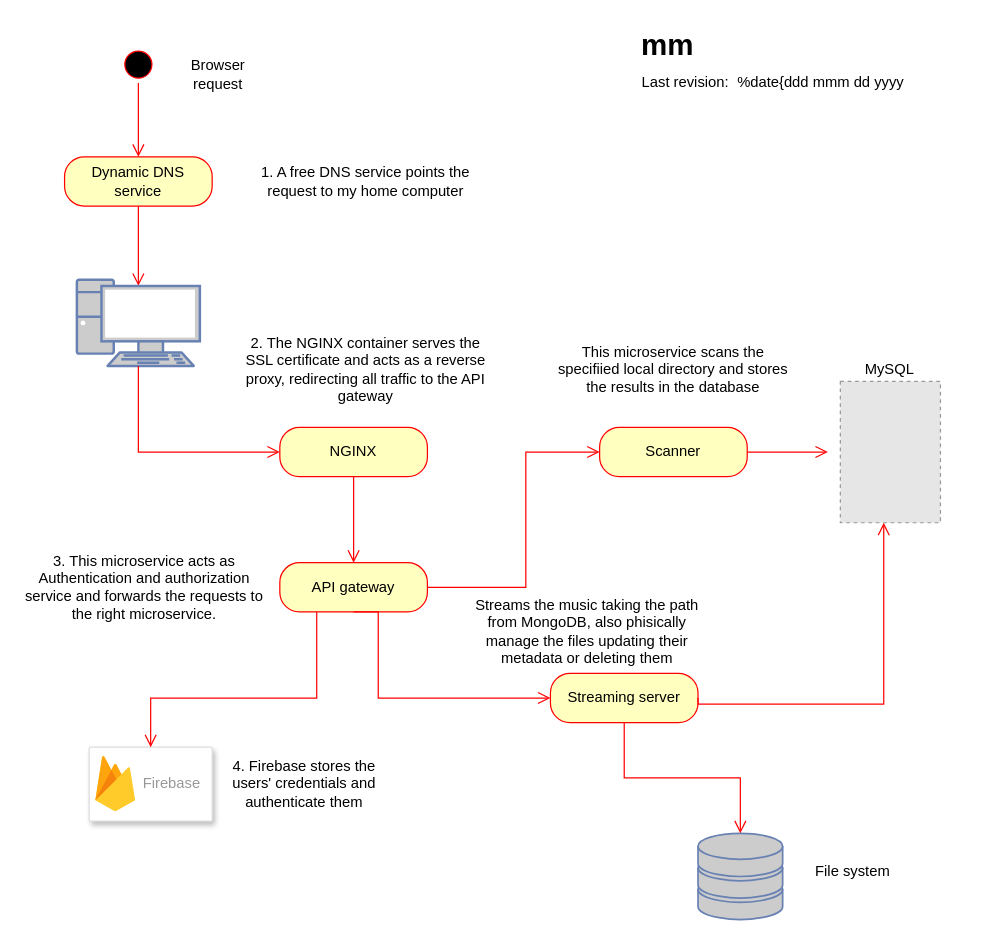
chrisvoo/mm keeps this draw.io diagram as mm.drawio. Above is the earlier version. Source tidied: cells renumbered, new cells numbered last; positions are measured from the earlier drawing's top-left corner, leaving out a move shared by most shapes. Both pictures are drawn from the tidied source at 123%, with x=0, y=0 at pixel (21, 21). Pictures stored in the file or linked from it are replaced by grey dashed boxes.
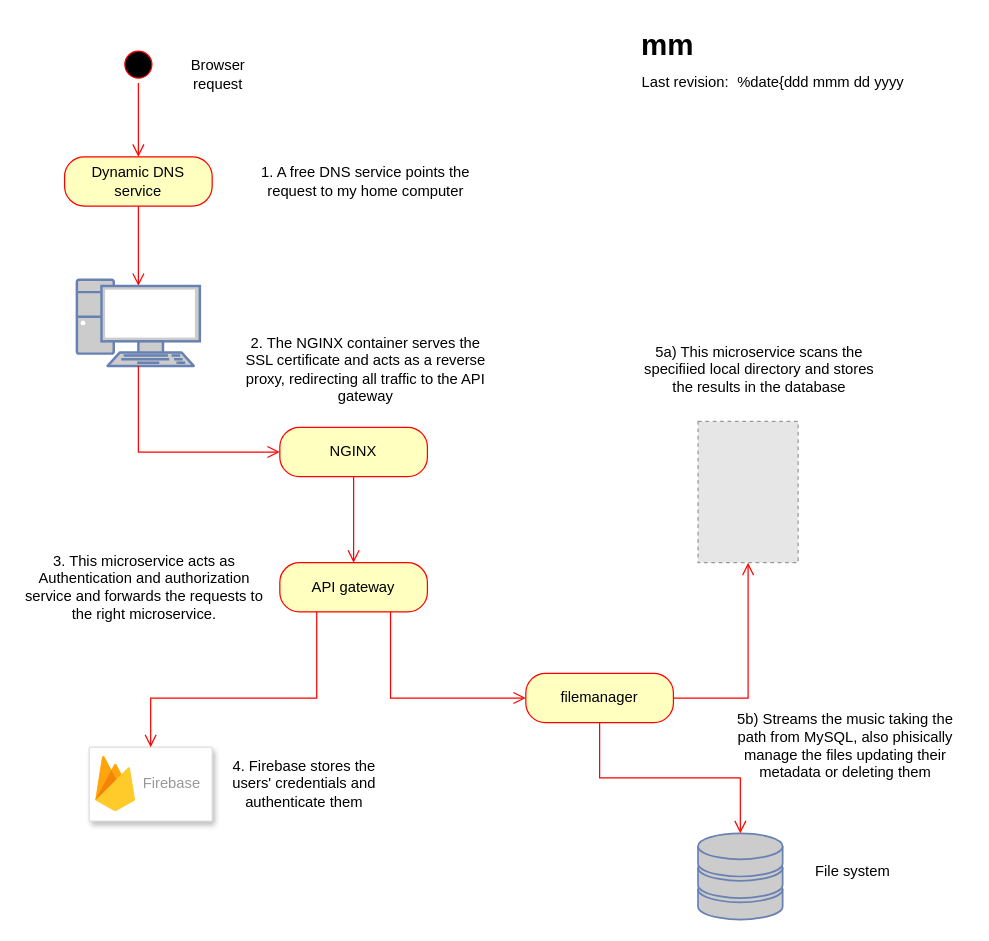
After the change.

Commit message (it also covers changes not shown here):
README updated (inotify) and diagram modified

The change refers to these unchanged cells:
```xml
<mxCell id="16" value="API gateway" style="rounded=1;whiteSpace=wrap;html=1;arcSize=40;fontColor=#000000;fillColor=#ffffc0;strokeColor=#ff0000;" parent="1" vertex="1">
  <mxGeometry x="210" y="440" width="120" height="40" as="geometry" />
</mxCell>
<mxCell id="26" style="fontColor=#0066CC;verticalAlign=top;verticalLabelPosition=bottom;labelPosition=center;align=center;html=1;outlineConnect=0;fillColor=#CCCCCC;strokeColor=#6881B3;gradientColor=none;gradientDirection=north;strokeWidth=2;shape=mxgraph.networks.storage;" parent="1" vertex="1">
  <mxGeometry x="550" y="660" width="68.8" height="70" as="geometry" />
</mxCell>
```

What changed in the source:
```diff
@@
-    <mxCell id="18" value="Scanner" style="rounded=1;whiteSpace=wrap;html=1;arcSize=40;fontColor=#000000;fillColor=#ffffc0;strokeColor=#ff0000;" parent="1" vertex="1">
-      <mxGeometry x="470" y="330" width="120" height="40" as="geometry" />
+    <mxCell id="18" value="filemanager" style="rounded=1;whiteSpace=wrap;html=1;arcSize=40;fontColor=#000000;fillColor=#ffffc0;strokeColor=#ff0000;" parent="1" vertex="1">
+      <mxGeometry x="410" y="530" width="120" height="40" as="geometry" />
     </mxCell>
-    <mxCell id="19" style="edgeStyle=orthogonalEdgeStyle;html=1;verticalAlign=bottom;endArrow=open;endSize=8;strokeColor=#ff0000;rounded=0;entryX=0;entryY=0.5;entryDx=0;entryDy=0;exitX=1;exitY=0.5;exitDx=0;exitDy=0;" parent="1" edge="1" source="16" target="18">
+    <mxCell id="19" style="edgeStyle=orthogonalEdgeStyle;html=1;verticalAlign=bottom;endArrow=open;endSize=8;strokeColor=#ff0000;rounded=0;entryX=0;entryY=0.5;entryDx=0;entryDy=0;exitX=0.75;exitY=1;exitDx=0;exitDy=0;" parent="1" edge="1" source="16" target="18">
       <mxGeometry relative="1" as="geometry">
         <Array as="points">
-          <mxPoint x="410" y="460" />
-          <mxPoint x="410" y="350" />
+          <mxPoint x="300" y="550" />
         </Array>
       </mxGeometry>
     </mxCell>
-    <mxCell id="20" value="This microservice scans the specifiied local directory and stores the results in the database" style="text;html=1;strokeColor=none;fillColor=none;align=center;verticalAlign=middle;whiteSpace=wrap;overflow=hidden;" parent="1" vertex="1">
-      <mxGeometry x="430" y="243.8" width="200" height="77.5" as="geometry" />
+    <mxCell id="20" value="5a) This microservice scans the specifiied local directory and stores the results in the database" style="text;html=1;strokeColor=none;fillColor=none;align=center;verticalAlign=middle;whiteSpace=wrap;overflow=hidden;" parent="1" vertex="1">
+      <mxGeometry x="500" y="243.8" width="200" height="77.5" as="geometry" />
     </mxCell>
-    <mxCell id="21" style="edgeStyle=orthogonalEdgeStyle;html=1;verticalAlign=bottom;endArrow=open;endSize=8;strokeColor=#ff0000;rounded=0;exitX=1;exitY=0.5;exitDx=0;exitDy=0;" parent="1" edge="1" source="18">
-      <mxGeometry relative="1" as="geometry">
-        <mxPoint x="655.6" y="350" as="targetPoint" />
-      </mxGeometry>
+    <mxCell id="21" style="edgeStyle=orthogonalEdgeStyle;html=1;verticalAlign=bottom;endArrow=open;endSize=8;strokeColor=#ff0000;rounded=0;exitX=1;exitY=0.5;exitDx=0;exitDy=0;entryX=0.5;entryY=1;entryDx=0;entryDy=0;" parent="1" edge="1" source="18" target="30">
+      <mxGeometry relative="1" as="geometry" />
     </mxCell>
-    <mxCell id="22" value="MySQL" style="text;html=1;strokeColor=none;fillColor=none;align=center;verticalAlign=middle;whiteSpace=wrap;overflow=hidden;" parent="1" vertex="1">
-      <mxGeometry x="661.4" y="261.9" width="90" height="41.2" as="geometry" />
-    </mxCell>
-    <mxCell id="23" value="Streaming server" style="rounded=1;whiteSpace=wrap;html=1;arcSize=40;fontColor=#000000;fillColor=#ffffc0;strokeColor=#ff0000;" parent="1" vertex="1">
-      <mxGeometry x="430" y="530" width="120" height="40" as="geometry" />
-    </mxCell>
-    <mxCell id="24" style="edgeStyle=orthogonalEdgeStyle;html=1;verticalAlign=bottom;endArrow=open;endSize=8;strokeColor=#ff0000;rounded=0;entryX=0;entryY=0.5;entryDx=0;entryDy=0;exitX=0.5;exitY=1;exitDx=0;exitDy=0;" parent="1" edge="1" source="16" target="23">
-      <mxGeometry relative="1" as="geometry">
-        <Array as="points">
-          <mxPoint x="290" y="480" />
-          <mxPoint x="290" y="550" />
-        </Array>
-      </mxGeometry>
-    </mxCell>
-    <mxCell id="25" style="edgeStyle=orthogonalEdgeStyle;html=1;verticalAlign=bottom;endArrow=open;endSize=8;strokeColor=#ff0000;rounded=0;exitX=1;exitY=0.5;exitDx=0;exitDy=0;" parent="1" edge="1" source="23" target="30">
-      <mxGeometry relative="1" as="geometry">
-        <Array as="points">
-          <mxPoint x="701" y="555" />
-        </Array>
-      </mxGeometry>
-    </mxCell>
@@
-    <mxCell id="27" style="edgeStyle=orthogonalEdgeStyle;html=1;verticalAlign=bottom;endArrow=open;endSize=8;strokeColor=#ff0000;rounded=0;entryX=0.5;entryY=0;entryDx=0;entryDy=0;exitX=0.5;exitY=1;exitDx=0;exitDy=0;entryPerimeter=0;" parent="1" edge="1" source="23" target="26">
-      <mxGeometry relative="1" as="geometry" />
-    </mxCell>
@@
-    <mxCell id="29" value="Streams the music taking the path from MongoDB, also phisically manage the files updating their metadata or deleting them" style="text;html=1;strokeColor=none;fillColor=none;align=center;verticalAlign=middle;whiteSpace=wrap;overflow=hidden;" parent="1" vertex="1">
-      <mxGeometry x="360" y="457.5" width="200" height="77.5" as="geometry" />
+    <mxCell id="29" value="5b) Streams the music taking the path from MySQL, also phisically manage the files updating their metadata or deleting them" style="text;html=1;strokeColor=none;fillColor=none;align=center;verticalAlign=middle;whiteSpace=wrap;overflow=hidden;" parent="1" vertex="1">
+      <mxGeometry x="570" y="550" width="200" height="77.5" as="geometry" />
     </mxCell>
     <mxCell id="30" style="fillColor=#E6E6E6;strokeColor=#999999;dashed=1;verticalLabelPosition=bottom;verticalAlign=top;" parent="1" vertex="1">
-      <mxGeometry x="665.7" y="292.5" width="81.4" height="115" as="geometry" />
+      <mxGeometry x="550" y="325" width="81.4" height="115" as="geometry" />
     </mxCell>
@@
+    <mxCell id="35" style="edgeStyle=orthogonalEdgeStyle;html=1;verticalAlign=bottom;endArrow=open;endSize=8;strokeColor=#ff0000;rounded=0;exitX=0.5;exitY=1;exitDx=0;exitDy=0;entryX=0.5;entryY=0;entryDx=0;entryDy=0;entryPerimeter=0;" parent="1" edge="1" source="18" target="26">
+      <mxGeometry relative="1" as="geometry" />
+    </mxCell>
```
